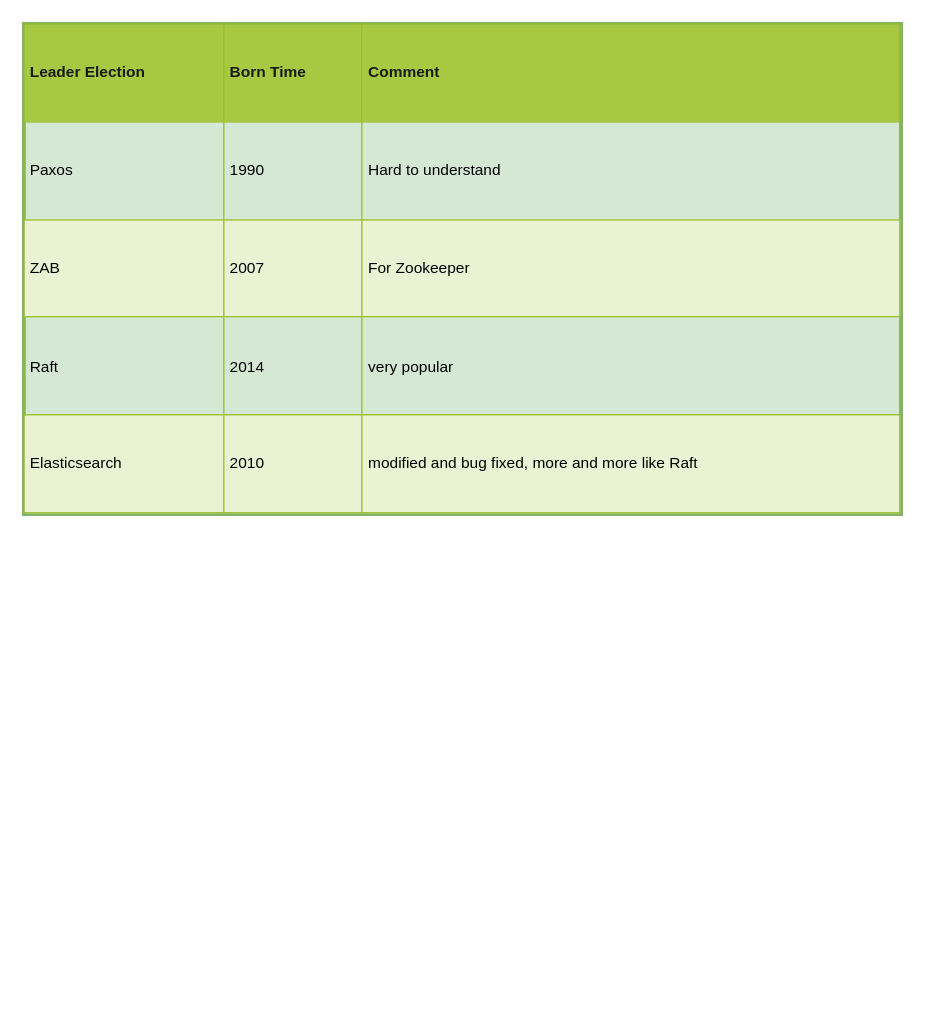
This is ES2.drawio from weizheng1990s/Diagram, a draw.io file, before an edit. Source tidied: cells renumbered, new cells numbered last; positions are measured from the earlier drawing's top-left corner, leaving out a move shared by most shapes. Both pictures are drawn from the tidied source at 129%, with x=0, y=0 at pixel (23, 23).
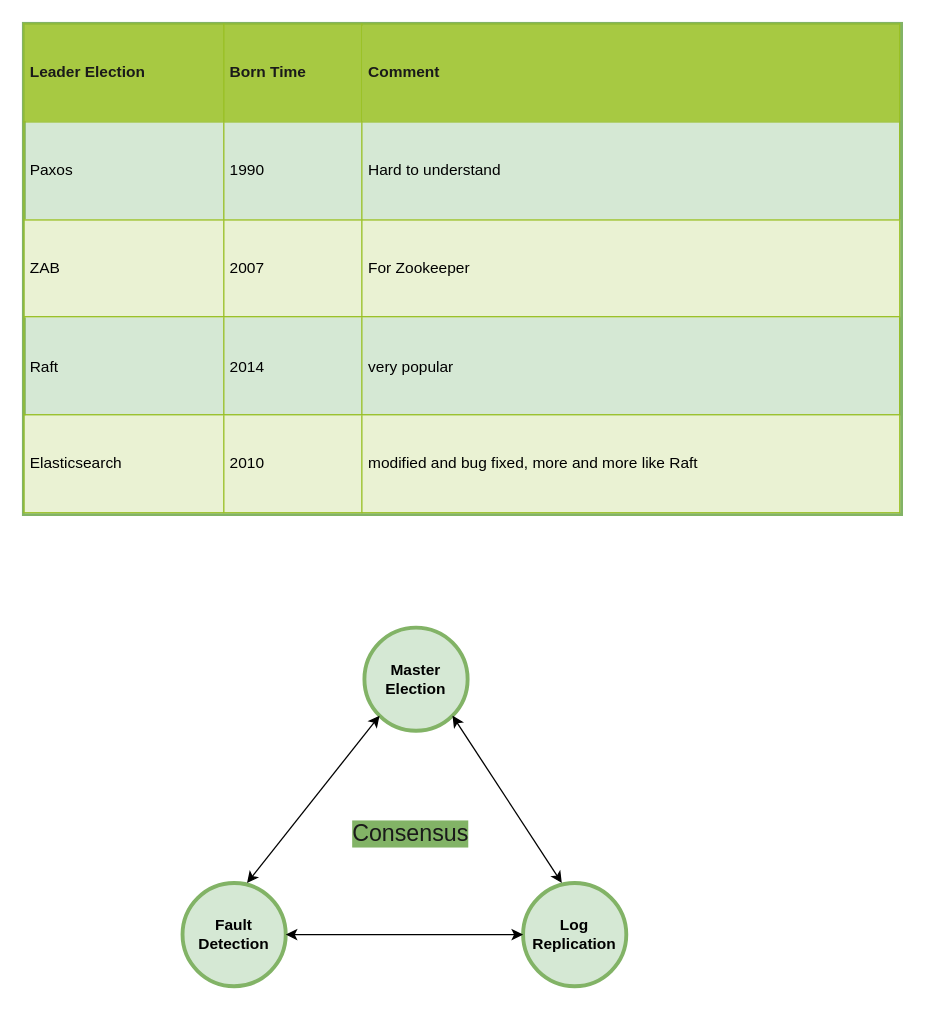
Above is the later version.

Diff of the diagram source:
```diff
@@
 <mxGraphModel background="#ffffff">
   <root>
     <mxCell id="0" />
     <mxCell id="1" parent="0" />
     <mxCell id="2" value="&lt;table border=&quot;1&quot; width=&quot;100%&quot; cellpadding=&quot;4&quot; style=&quot;width: 100% ; height: 100% ; border-collapse: collapse&quot;&gt;&lt;tbody&gt;&lt;tr style=&quot;background-color: #a7c942 ; color: #ffffff ; border: 1px solid #98bf21&quot;&gt;&lt;th align=&quot;left&quot;&gt;&lt;font color=&quot;#1a1a1a&quot;&gt;Leader Election&lt;/font&gt;&lt;/th&gt;&lt;th align=&quot;left&quot;&gt;&lt;font color=&quot;#1a1a1a&quot;&gt;Born Time&lt;/font&gt;&lt;/th&gt;&lt;th align=&quot;left&quot;&gt;&lt;font color=&quot;#1a1a1a&quot;&gt;Comment&lt;/font&gt;&lt;/th&gt;&lt;/tr&gt;&lt;tr style=&quot;border: 1px solid #98bf21&quot;&gt;&lt;td&gt;Paxos&lt;/td&gt;&lt;td&gt;1990&lt;/td&gt;&lt;td&gt;Hard to understand&lt;/td&gt;&lt;/tr&gt;&lt;tr style=&quot;background-color: #eaf2d3 ; border: 1px solid #98bf21&quot;&gt;&lt;td&gt;ZAB&lt;br&gt;&lt;/td&gt;&lt;td&gt;2007&lt;/td&gt;&lt;td&gt;For Zookeeper&lt;/td&gt;&lt;/tr&gt;&lt;tr style=&quot;border: 1px solid #98bf21&quot;&gt;&lt;td&gt;Raft&lt;/td&gt;&lt;td&gt;2014&lt;/td&gt;&lt;td&gt;very popular&lt;/td&gt;&lt;/tr&gt;&lt;tr style=&quot;background-color: #eaf2d3 ; border: 1px solid #98bf21&quot;&gt;&lt;td&gt;Elasticsearch&lt;/td&gt;&lt;td&gt;2010&lt;/td&gt;&lt;td&gt;modified and bug fixed, more and more like Raft&lt;/td&gt;&lt;/tr&gt;&lt;/tbody&gt;&lt;/table&gt;" style="text;html=1;strokeColor=#82b366;overflow=fill;fillColor=#D5E8D4;strokeWidth=3;" parent="1" vertex="1">
       <mxGeometry width="680" height="380" as="geometry" />
     </mxCell>
+    <mxCell id="3" value="&lt;b&gt;Fault Detection&lt;/b&gt;" style="ellipse;whiteSpace=wrap;html=1;fillColor=#d5e8d4;strokeColor=#82b366;strokeWidth=3;" parent="1" vertex="1">
+      <mxGeometry x="123" y="666" width="80" height="80" as="geometry" />
+    </mxCell>
+    <mxCell id="4" value="&lt;b&gt;Master Election&lt;/b&gt;" style="ellipse;whiteSpace=wrap;html=1;fillColor=#d5e8d4;strokeColor=#82b366;strokeWidth=3;" parent="1" vertex="1">
+      <mxGeometry x="264" y="468" width="80" height="80" as="geometry" />
+    </mxCell>
+    <mxCell id="5" value="&lt;b&gt;Log Replication&lt;/b&gt;" style="ellipse;whiteSpace=wrap;html=1;fillColor=#d5e8d4;strokeColor=#82b366;strokeWidth=3;" parent="1" vertex="1">
+      <mxGeometry x="387" y="666" width="80" height="80" as="geometry" />
+    </mxCell>
+    <mxCell id="6" style="endArrow=classic;startArrow=classic;html=1;entryX=0;entryY=1;entryDx=0;entryDy=0;exitX=0.625;exitY=0;exitDx=0;exitDy=0;exitPerimeter=0;" parent="1" edge="1" source="3" target="4">
+      <mxGeometry relative="1" as="geometry" />
+    </mxCell>
+    <mxCell id="7" style="endArrow=classic;startArrow=classic;html=1;entryX=1;entryY=1;entryDx=0;entryDy=0;exitX=0.625;exitY=0;exitDx=0;exitDy=0;exitPerimeter=0;" parent="1" edge="1" target="4">
+      <mxGeometry relative="1" as="geometry">
+        <mxPoint x="417" y="666" as="sourcePoint" />
+      </mxGeometry>
+    </mxCell>
+    <mxCell id="8" style="endArrow=classic;startArrow=classic;html=1;entryX=0;entryY=0.5;entryDx=0;entryDy=0;" parent="1" edge="1" source="3" target="5">
+      <mxGeometry relative="1" as="geometry" />
+    </mxCell>
+    <mxCell id="9" value="&lt;span style=&quot;letter-spacing: 0pt; font-family: &amp;quot;腾讯体 w7&amp;quot;; vertical-align: baseline;&quot;&gt;&lt;font style=&quot;font-size: 18px&quot; color=&quot;#1a1a1a&quot;&gt;Consensus&lt;/font&gt;&lt;/span&gt;&lt;span style=&quot;font-size: medium&quot;&gt;&lt;/span&gt;" style="text;html=1;strokeColor=none;fillColor=none;align=center;verticalAlign=middle;whiteSpace=wrap;rounded=0;labelBackgroundColor=#82B366;" parent="1" vertex="1">
+      <mxGeometry x="249" y="618" width="102" height="20" as="geometry" />
+    </mxCell>
   </root>
 </mxGraphModel>
```
